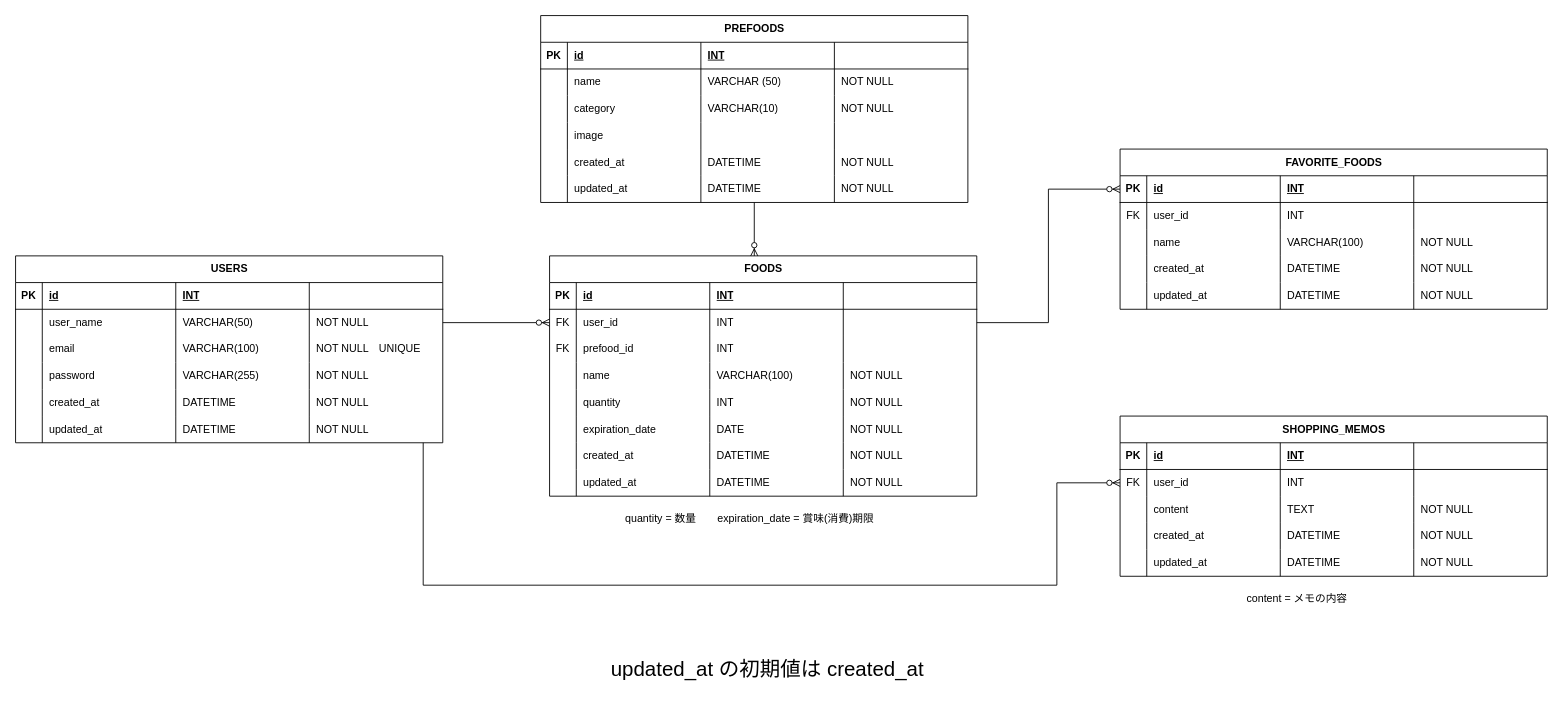
This is docs/er_diagram.drawio from Team-Eproject/Team-Eproject, a draw.io file, before an edit. Source tidied: cells renumbered, new cells numbered last; positions are measured from the earlier drawing's top-left corner, leaving out a move shared by most shapes. Both pictures are drawn from the tidied source at 89%, with x=0, y=0 at pixel (15, 15).
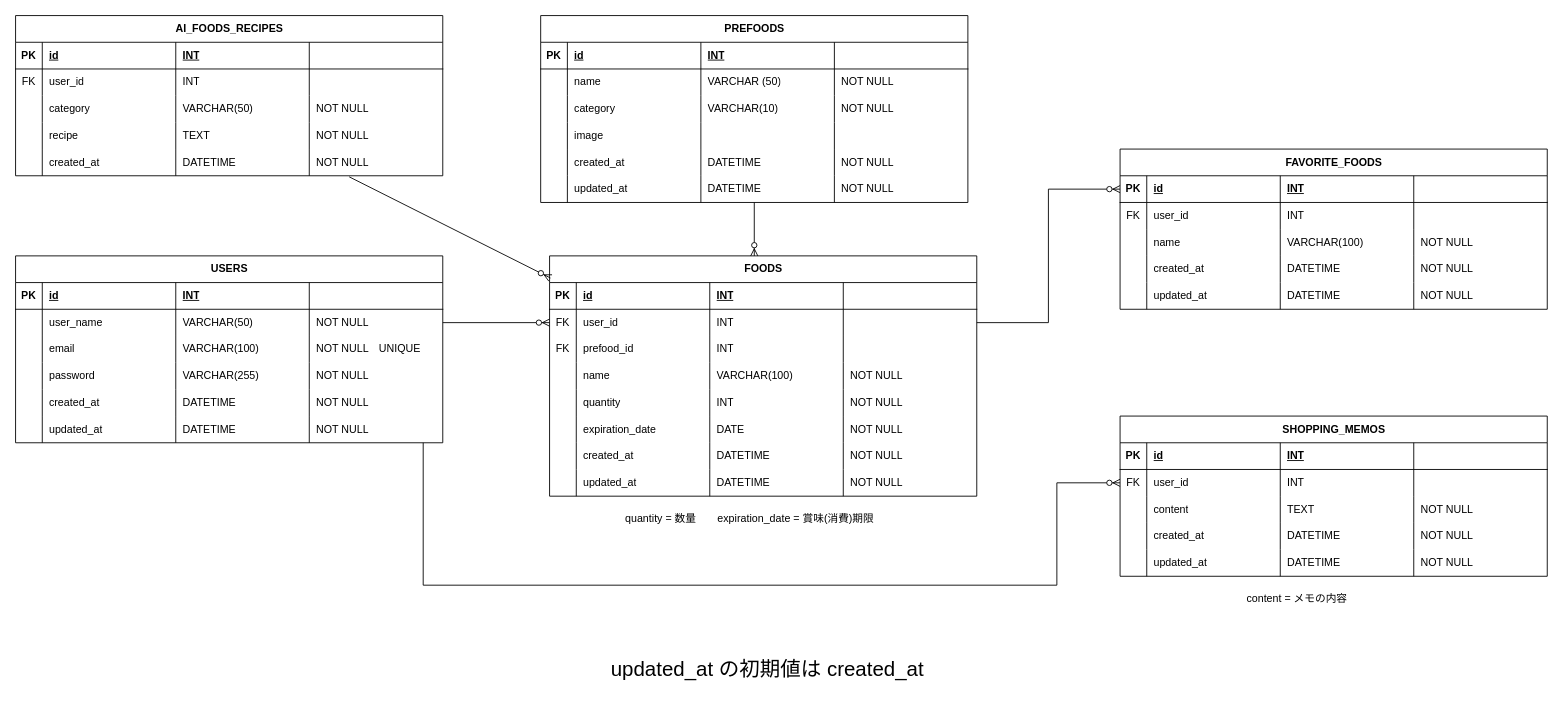
After the change.

Commit message:
AIテーブルの追加

The change refers to these unchanged cells:
```xml
<mxCell id="64" value="FOODS" style="shape=table;startSize=30;childLayout=tableLayout;rowLines=0;fontStyle=1;align=center;html=1;" parent="1" vertex="1">
  <mxGeometry x="600" y="270" width="480" height="270" as="geometry" />
</mxCell>
```

Change to the diagram source:
```diff
@@
+    <mxCell id="164" value="AI_FOODS_RECIPES" style="shape=table;startSize=30;childLayout=tableLayout;rowLines=0;fontStyle=1;align=center;html=1;" parent="1" vertex="1">
+      <mxGeometry width="480" height="180" as="geometry" />
+    </mxCell>
+    <mxCell id="165" style="shape=tableRow;horizontal=0;startSize=0;swimlaneHead=0;swimlaneBody=0;fillColor=none;top=0;left=0;right=0;bottom=1;" parent="164" vertex="1">
+      <mxGeometry y="30" width="480" height="30" as="geometry" />
+    </mxCell>
+    <mxCell id="166" value="PK" style="shape=partialRectangle;fillColor=none;top=0;left=0;bottom=0;right=0;fontStyle=1;overflow=hidden;whiteSpace=wrap;html=1;" parent="165" vertex="1">
+      <mxGeometry width="30" height="30" as="geometry" />
+    </mxCell>
+    <mxCell id="167" value="id" style="shape=partialRectangle;fillColor=none;top=0;left=0;bottom=0;right=0;align=left;spacingLeft=6;fontStyle=5;overflow=hidden;whiteSpace=wrap;html=1;" parent="165" vertex="1">
+      <mxGeometry x="30" width="150" height="30" as="geometry" />
+    </mxCell>
+    <mxCell id="168" value="INT" style="shape=partialRectangle;fillColor=none;top=0;left=0;bottom=0;right=0;align=left;spacingLeft=6;fontStyle=5;overflow=hidden;whiteSpace=wrap;html=1;" parent="165" vertex="1">
+      <mxGeometry x="180" width="150" height="30" as="geometry" />
+    </mxCell>
+    <mxCell id="169" style="shape=partialRectangle;fillColor=none;top=0;left=0;bottom=0;right=0;align=left;spacingLeft=6;fontStyle=5;overflow=hidden;whiteSpace=wrap;html=1;" parent="165" vertex="1">
+      <mxGeometry x="330" width="150" height="30" as="geometry" />
+    </mxCell>
+    <mxCell id="170" style="shape=tableRow;horizontal=0;startSize=0;swimlaneHead=0;swimlaneBody=0;fillColor=none;top=0;left=0;right=0;bottom=0;" parent="164" vertex="1">
+      <mxGeometry y="60" width="480" height="30" as="geometry" />
+    </mxCell>
+    <mxCell id="171" value="FK" style="shape=partialRectangle;fillColor=none;top=0;left=0;bottom=0;right=0;overflow=hidden;whiteSpace=wrap;html=1;" parent="170" vertex="1">
+      <mxGeometry width="30" height="30" as="geometry" />
+    </mxCell>
+    <mxCell id="172" value="user_id" style="shape=partialRectangle;fillColor=none;top=0;left=0;bottom=0;right=0;align=left;spacingLeft=6;overflow=hidden;whiteSpace=wrap;html=1;" parent="170" vertex="1">
+      <mxGeometry x="30" width="150" height="30" as="geometry" />
+    </mxCell>
+    <mxCell id="173" value="INT" style="shape=partialRectangle;fillColor=none;top=0;left=0;bottom=0;right=0;align=left;spacingLeft=6;overflow=hidden;whiteSpace=wrap;html=1;" parent="170" vertex="1">
+      <mxGeometry x="180" width="150" height="30" as="geometry" />
+    </mxCell>
+    <mxCell id="174" style="shape=partialRectangle;fillColor=none;top=0;left=0;bottom=0;right=0;align=left;spacingLeft=6;overflow=hidden;whiteSpace=wrap;html=1;" parent="170" vertex="1">
+      <mxGeometry x="330" width="150" height="30" as="geometry" />
+    </mxCell>
+    <mxCell id="175" style="shape=tableRow;horizontal=0;startSize=0;swimlaneHead=0;swimlaneBody=0;fillColor=none;top=0;left=0;right=0;bottom=0;" parent="164" vertex="1">
+      <mxGeometry y="90" width="480" height="30" as="geometry" />
+    </mxCell>
+    <mxCell id="176" style="shape=partialRectangle;fillColor=none;top=0;left=0;bottom=0;right=0;overflow=hidden;whiteSpace=wrap;html=1;" parent="175" vertex="1">
+      <mxGeometry width="30" height="30" as="geometry" />
+    </mxCell>
+    <mxCell id="177" value="category" style="shape=partialRectangle;fillColor=none;top=0;left=0;bottom=0;right=0;align=left;spacingLeft=6;overflow=hidden;whiteSpace=wrap;html=1;" parent="175" vertex="1">
+      <mxGeometry x="30" width="150" height="30" as="geometry" />
+    </mxCell>
+    <mxCell id="178" value="VARCHAR(50)" style="shape=partialRectangle;fillColor=none;top=0;left=0;bottom=0;right=0;align=left;spacingLeft=6;overflow=hidden;whiteSpace=wrap;html=1;" parent="175" vertex="1">
+      <mxGeometry x="180" width="150" height="30" as="geometry" />
+    </mxCell>
+    <mxCell id="179" value="NOT NULL" style="shape=partialRectangle;fillColor=none;top=0;left=0;bottom=0;right=0;align=left;spacingLeft=6;overflow=hidden;whiteSpace=wrap;html=1;" parent="175" vertex="1">
+      <mxGeometry x="330" width="150" height="30" as="geometry" />
+    </mxCell>
+    <mxCell id="180" style="shape=tableRow;horizontal=0;startSize=0;swimlaneHead=0;swimlaneBody=0;fillColor=none;top=0;left=0;right=0;bottom=0;" parent="164" vertex="1">
+      <mxGeometry y="120" width="480" height="30" as="geometry" />
+    </mxCell>
+    <mxCell id="181" style="shape=partialRectangle;fillColor=none;top=0;left=0;bottom=0;right=0;overflow=hidden;whiteSpace=wrap;html=1;" parent="180" vertex="1">
+      <mxGeometry width="30" height="30" as="geometry" />
+    </mxCell>
+    <mxCell id="182" value="recipe" style="shape=partialRectangle;fillColor=none;top=0;left=0;bottom=0;right=0;align=left;spacingLeft=6;overflow=hidden;whiteSpace=wrap;html=1;" parent="180" vertex="1">
+      <mxGeometry x="30" width="150" height="30" as="geometry" />
+    </mxCell>
+    <mxCell id="183" value="TEXT" style="shape=partialRectangle;fillColor=none;top=0;left=0;bottom=0;right=0;align=left;spacingLeft=6;overflow=hidden;whiteSpace=wrap;html=1;" parent="180" vertex="1">
+      <mxGeometry x="180" width="150" height="30" as="geometry" />
+    </mxCell>
+    <mxCell id="184" value="NOT NULL" style="shape=partialRectangle;fillColor=none;top=0;left=0;bottom=0;right=0;align=left;spacingLeft=6;overflow=hidden;whiteSpace=wrap;html=1;" parent="180" vertex="1">
+      <mxGeometry x="330" width="150" height="30" as="geometry" />
+    </mxCell>
+    <mxCell id="185" style="shape=tableRow;horizontal=0;startSize=0;swimlaneHead=0;swimlaneBody=0;fillColor=none;points=[[0,0.5],[1,0.5]];portConstraint=eastwest;top=0;left=0;right=0;bottom=0;" parent="164" vertex="1">
+      <mxGeometry y="150" width="480" height="30" as="geometry" />
+    </mxCell>
+    <mxCell id="186" style="shape=partialRectangle;fillColor=none;top=0;left=0;bottom=0;right=0;overflow=hidden;whiteSpace=wrap;html=1;" parent="185" vertex="1">
+      <mxGeometry width="30" height="30" as="geometry" />
+    </mxCell>
+    <mxCell id="187" value="created_at" style="shape=partialRectangle;fillColor=none;top=0;left=0;bottom=0;right=0;align=left;spacingLeft=6;overflow=hidden;whiteSpace=wrap;html=1;" parent="185" vertex="1">
+      <mxGeometry x="30" width="150" height="30" as="geometry" />
+    </mxCell>
+    <mxCell id="188" value="DATETIME" style="shape=partialRectangle;fillColor=none;top=0;left=0;bottom=0;right=0;align=left;spacingLeft=6;overflow=hidden;whiteSpace=wrap;html=1;" parent="185" vertex="1">
+      <mxGeometry x="180" width="150" height="30" as="geometry" />
+    </mxCell>
+    <mxCell id="189" value="NOT NULL" style="shape=partialRectangle;fillColor=none;top=0;left=0;bottom=0;right=0;align=left;spacingLeft=6;overflow=hidden;whiteSpace=wrap;html=1;" parent="185" vertex="1">
+      <mxGeometry x="330" width="150" height="30" as="geometry" />
+    </mxCell>
+    <mxCell id="190" style="fontSize=12;html=1;endArrow=ERzeroToMany;endFill=1;rounded=0;exitX=0.781;exitY=1.04;exitDx=0;exitDy=0;entryX=0.002;entryY=0.092;entryDx=0;entryDy=0;entryPerimeter=0;exitPerimeter=0;" parent="1" edge="1" source="185" target="64">
+      <mxGeometry relative="1" as="geometry" />
+    </mxCell>
```
